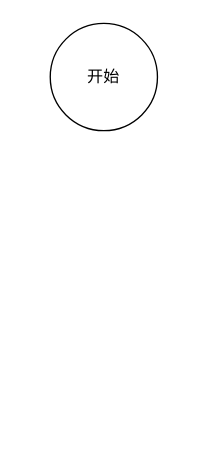
0573xieguojia/To-program keeps this draw.io diagram as LLSI/忘记密码验证码逻辑.drawio. Above is the earlier version. Source tidied: cells renumbered, new cells numbered last; positions are measured from the earlier drawing's top-left corner, leaving out a move shared by most shapes. Both pictures are drawn from the tidied source at 134%, with x=0, y=0 at pixel (50, 23).
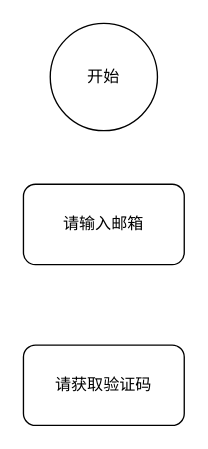
Above is the later version.

Commit message (it also covers changes not shown here):
更新忘记密码验证码逻辑.drawio

The edit, as a diff of the source:
```diff
@@
 <mxGraphModel>
   <root>
     <mxCell id="0" />
     <mxCell id="1" parent="0" />
     <mxCell id="2" value="开始" style="ellipse;whiteSpace=wrap;html=1;" parent="1" vertex="1">
       <mxGeometry width="80" height="80" as="geometry" />
     </mxCell>
+    <mxCell id="3" value="请输入邮箱" style="rounded=1;whiteSpace=wrap;html=1;" parent="1" vertex="1">
+      <mxGeometry x="-20" y="120" width="120" height="60" as="geometry" />
+    </mxCell>
+    <mxCell id="4" value="请获取验证码" style="rounded=1;whiteSpace=wrap;html=1;" parent="1" vertex="1">
+      <mxGeometry x="-20" y="240" width="120" height="60" as="geometry" />
+    </mxCell>
   </root>
 </mxGraphModel>
```
